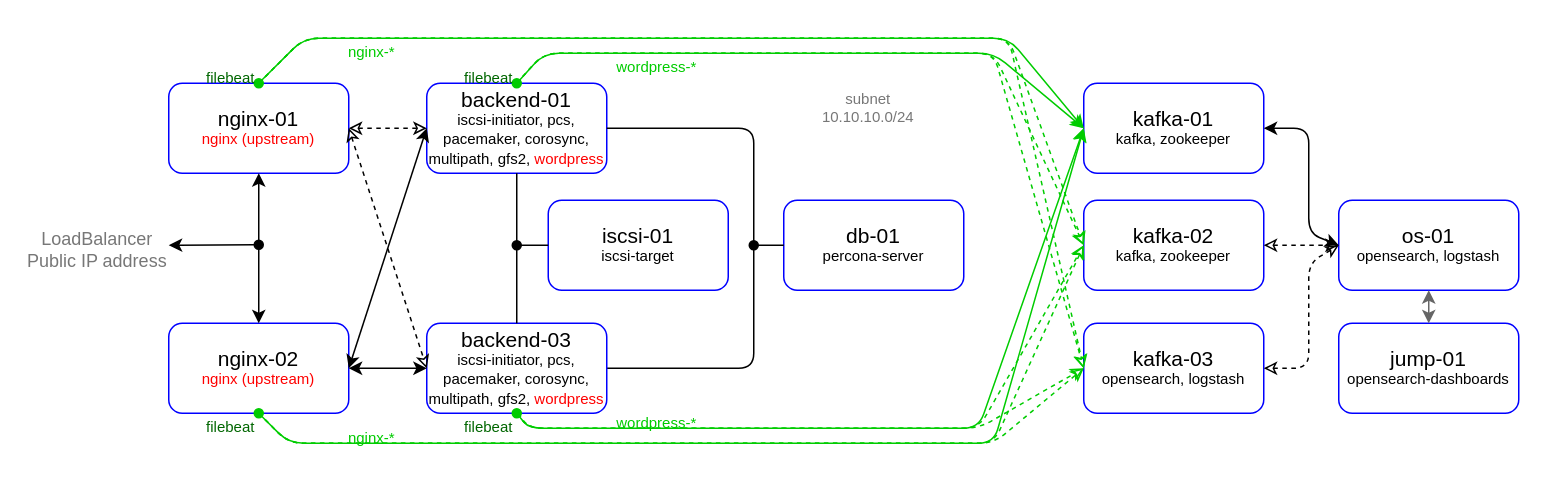
This is pics/infra.drawio from SergSha/lab-09, a draw.io file, before an edit. Source tidied: cells renumbered, new cells numbered last; positions are measured from the earlier drawing's top-left corner, leaving out a move shared by most shapes. Both pictures are drawn from the tidied source at 150%, with x=0, y=0 at pixel (96, 38).
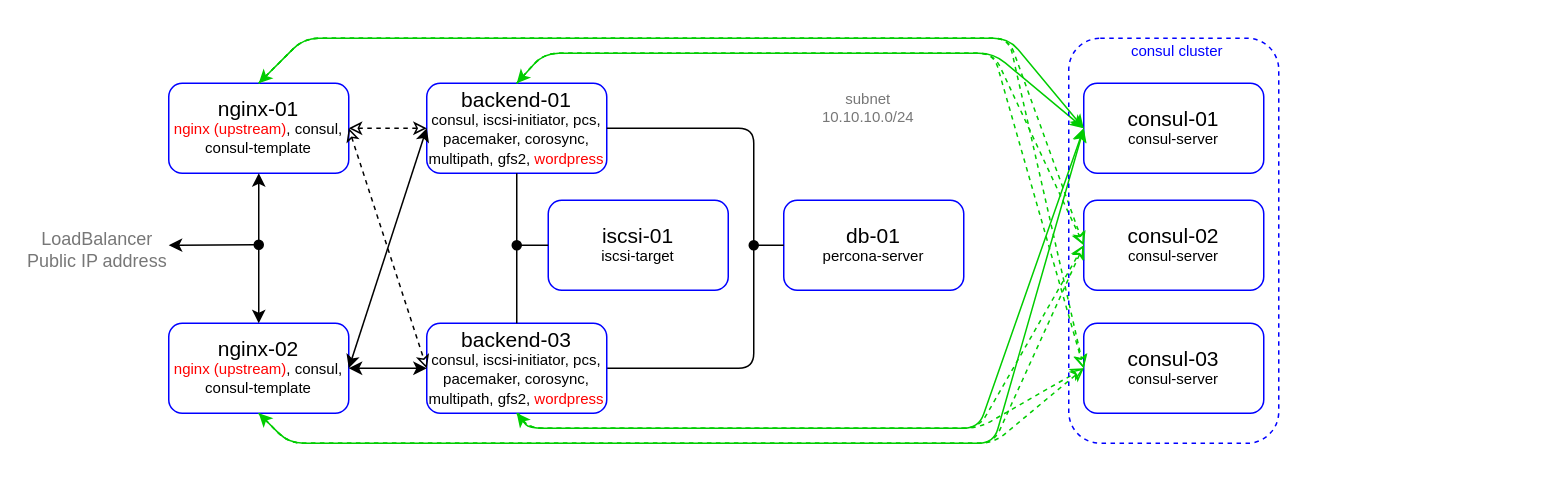
Above is the later version.

The edit, as a diff of the source:
```diff
@@
-    <mxCell id="3" value="&lt;p style=&quot;line-height: 100%&quot;&gt;&lt;span style=&quot;font-size: 14px&quot;&gt;backend-01&lt;/span&gt;&lt;br&gt;&lt;span style=&quot;font-size: 10px&quot;&gt;iscsi-initiator, pcs, pacemaker, corosync, multipath, gfs2, &lt;font color=&quot;#ff0000&quot;&gt;wordpress&lt;/font&gt;&lt;/span&gt;&lt;br&gt;&lt;/p&gt;" style="rounded=1;whiteSpace=wrap;html=1;strokeColor=#0000FF;" parent="1" vertex="1">
+    <mxCell id="3" value="&lt;p style=&quot;line-height: 100%&quot;&gt;&lt;span style=&quot;font-size: 14px&quot;&gt;backend-01&lt;/span&gt;&lt;br&gt;&lt;span style=&quot;font-size: 10px&quot;&gt;consul, iscsi-initiator, pcs, pacemaker, corosync, multipath, gfs2, &lt;font color=&quot;#ff0000&quot;&gt;wordpress&lt;/font&gt;&lt;/span&gt;&lt;br&gt;&lt;/p&gt;" style="rounded=1;whiteSpace=wrap;html=1;strokeColor=#0000FF;" parent="1" vertex="1">
       <mxGeometry x="220" y="30" width="120" height="60" as="geometry" />
     </mxCell>
-    <mxCell id="4" value="&lt;p style=&quot;line-height: 100%&quot;&gt;&lt;span style=&quot;font-size: 14px&quot;&gt;nginx-01&lt;/span&gt;&lt;br&gt;&lt;span style=&quot;font-size: 10px&quot;&gt;&lt;font color=&quot;#ff0000&quot;&gt;nginx (upstream)&lt;/font&gt;&lt;/span&gt;&lt;br&gt;&lt;/p&gt;" style="rounded=1;whiteSpace=wrap;html=1;strokeColor=#0000FF;" parent="1" vertex="1">
+    <mxCell id="4" value="&lt;p style=&quot;line-height: 100%&quot;&gt;&lt;span style=&quot;font-size: 14px&quot;&gt;nginx-01&lt;/span&gt;&lt;br&gt;&lt;span style=&quot;font-size: 10px&quot;&gt;&lt;font color=&quot;#ff0000&quot;&gt;nginx (upstream)&lt;/font&gt;, consul, consul-template&lt;/span&gt;&lt;/p&gt;" style="rounded=1;whiteSpace=wrap;html=1;strokeColor=#0000FF;" parent="1" vertex="1">
       <mxGeometry x="48" y="30" width="120" height="60" as="geometry" />
     </mxCell>
@@
-    <mxCell id="8" value="&lt;p style=&quot;line-height: 100%&quot;&gt;&lt;span style=&quot;font-size: 14px&quot;&gt;backend-03&lt;/span&gt;&lt;br&gt;&lt;span style=&quot;font-size: 10px&quot;&gt;iscsi-initiator, pcs, pacemaker, corosync, multipath, gfs2, &lt;font color=&quot;#ff0000&quot;&gt;wordpress&lt;/font&gt;&lt;/span&gt;&lt;br&gt;&lt;/p&gt;" style="rounded=1;whiteSpace=wrap;html=1;strokeColor=#0000FF;" parent="1" vertex="1">
+    <mxCell id="8" value="&lt;p style=&quot;line-height: 100%&quot;&gt;&lt;span style=&quot;font-size: 14px&quot;&gt;backend-03&lt;/span&gt;&lt;br&gt;&lt;span style=&quot;font-size: 10px&quot;&gt;consul, iscsi-initiator, pcs, pacemaker, corosync, multipath, gfs2, &lt;font color=&quot;#ff0000&quot;&gt;wordpress&lt;/font&gt;&lt;/span&gt;&lt;br&gt;&lt;/p&gt;" style="rounded=1;whiteSpace=wrap;html=1;strokeColor=#0000FF;" parent="1" vertex="1">
       <mxGeometry x="220" y="190" width="120" height="60" as="geometry" />
     </mxCell>
@@
-    <mxCell id="10" value="&lt;p style=&quot;line-height: 100%&quot;&gt;&lt;span style=&quot;font-size: 14px&quot;&gt;nginx-02&lt;/span&gt;&lt;br&gt;&lt;span style=&quot;font-size: 10px&quot;&gt;&lt;font color=&quot;#ff0000&quot;&gt;nginx (upstream)&lt;/font&gt;&lt;/span&gt;&lt;br&gt;&lt;/p&gt;" style="rounded=1;whiteSpace=wrap;html=1;strokeColor=#0000FF;" parent="1" vertex="1">
+    <mxCell id="10" value="&lt;p style=&quot;line-height: 100%&quot;&gt;&lt;span style=&quot;font-size: 14px&quot;&gt;nginx-02&lt;/span&gt;&lt;br&gt;&lt;span style=&quot;font-size: 10px&quot;&gt;&lt;font color=&quot;#ff0000&quot;&gt;nginx (upstream)&lt;/font&gt;, consul, consul-template&lt;/span&gt;&lt;br&gt;&lt;/p&gt;" style="rounded=1;whiteSpace=wrap;html=1;strokeColor=#0000FF;" parent="1" vertex="1">
       <mxGeometry x="48" y="190" width="120" height="60" as="geometry" />
     </mxCell>
@@
-    <mxCell id="21" value="&lt;p style=&quot;line-height: 100%&quot;&gt;&lt;font&gt;&lt;span style=&quot;font-size: 14px&quot;&gt;kafka-02&lt;br&gt;&lt;/span&gt;&lt;/font&gt;&lt;span style=&quot;font-size: 10px&quot;&gt;kafka, zookeeper&lt;/span&gt;&lt;/p&gt;" style="rounded=1;whiteSpace=wrap;html=1;strokeColor=#0000FF;" parent="1" vertex="1">
+    <mxCell id="21" value="&lt;p style=&quot;line-height: 100%&quot;&gt;&lt;font&gt;&lt;span style=&quot;font-size: 14px&quot;&gt;consul-02&lt;br&gt;&lt;/span&gt;&lt;/font&gt;&lt;span style=&quot;font-size: 10px&quot;&gt;consul-server&lt;/span&gt;&lt;/p&gt;" style="rounded=1;whiteSpace=wrap;html=1;strokeColor=#0000FF;" parent="1" vertex="1">
       <mxGeometry x="658" y="108" width="120" height="60" as="geometry" />
     </mxCell>
-    <mxCell id="22" value="&lt;p style=&quot;line-height: 100%&quot;&gt;&lt;font&gt;&lt;span style=&quot;font-size: 14px&quot;&gt;kafka-01&lt;br&gt;&lt;/span&gt;&lt;/font&gt;&lt;span style=&quot;font-size: 10px&quot;&gt;kafka, zookeeper&lt;/span&gt;&lt;/p&gt;" style="rounded=1;whiteSpace=wrap;html=1;strokeColor=#0000FF;" parent="1" vertex="1">
+    <mxCell id="22" value="&lt;p style=&quot;line-height: 100%&quot;&gt;&lt;font&gt;&lt;span style=&quot;font-size: 14px&quot;&gt;consul-01&lt;br&gt;&lt;/span&gt;&lt;/font&gt;&lt;span style=&quot;font-size: 10px&quot;&gt;consul-server&lt;/span&gt;&lt;/p&gt;" style="rounded=1;whiteSpace=wrap;html=1;strokeColor=#0000FF;" parent="1" vertex="1">
       <mxGeometry x="658" y="30" width="120" height="60" as="geometry" />
     </mxCell>
-    <mxCell id="23" value="&lt;p style=&quot;line-height: 100%&quot;&gt;&lt;font&gt;&lt;span style=&quot;font-size: 14px&quot;&gt;kafka-03&lt;br&gt;&lt;/span&gt;&lt;/font&gt;&lt;span style=&quot;font-size: 10px&quot;&gt;opensearch, logstash&lt;/span&gt;&lt;/p&gt;" style="rounded=1;whiteSpace=wrap;html=1;strokeColor=#0000FF;" parent="1" vertex="1">
+    <mxCell id="23" value="&lt;p style=&quot;line-height: 100%&quot;&gt;&lt;font&gt;&lt;span style=&quot;font-size: 14px&quot;&gt;consul-03&lt;br&gt;&lt;/span&gt;&lt;/font&gt;&lt;span style=&quot;font-size: 10px;&quot;&gt;consul-server&lt;/span&gt;&lt;/p&gt;" style="rounded=1;whiteSpace=wrap;html=1;strokeColor=#0000FF;" parent="1" vertex="1">
       <mxGeometry x="658" y="190" width="120" height="60" as="geometry" />
     </mxCell>
-    <mxCell id="24" style="endArrow=classic;html=1;exitX=0.5;exitY=0;exitDx=0;exitDy=0;entryX=0;entryY=0.5;entryDx=0;entryDy=0;strokeColor=#00CC00;startArrow=oval;startFill=1;" parent="1" edge="1" source="4" target="22">
+    <mxCell id="24" style="endArrow=classic;html=1;exitX=0.5;exitY=0;exitDx=0;exitDy=0;entryX=0;entryY=0.5;entryDx=0;entryDy=0;strokeColor=#00CC00;startArrow=classic;startFill=1;" parent="1" edge="1" source="4" target="22">
       <mxGeometry relative="1" as="geometry">
         <Array as="points">
           <mxPoint x="138" />
           <mxPoint x="608" />
         </Array>
       </mxGeometry>
     </mxCell>
-    <mxCell id="25" style="endArrow=classic;html=1;exitX=0.5;exitY=1;exitDx=0;exitDy=0;entryX=0;entryY=0.5;entryDx=0;entryDy=0;strokeColor=#00CC00;startArrow=oval;startFill=1;" parent="1" edge="1" source="10" target="22">
+    <mxCell id="25" style="endArrow=classic;html=1;exitX=0.5;exitY=1;exitDx=0;exitDy=0;entryX=0;entryY=0.5;entryDx=0;entryDy=0;strokeColor=#00CC00;startArrow=classic;startFill=1;" parent="1" edge="1" source="10" target="22">
       <mxGeometry relative="1" as="geometry">
         <Array as="points">
           <mxPoint x="128" y="270" />
           <mxPoint x="598" y="270" />
         </Array>
       </mxGeometry>
     </mxCell>
-    <mxCell id="26" style="endArrow=classic;html=1;exitX=0.5;exitY=0;exitDx=0;exitDy=0;strokeColor=#00CC00;entryX=0;entryY=0.5;entryDx=0;entryDy=0;startArrow=oval;startFill=1;" parent="1" edge="1" source="3" target="22">
+    <mxCell id="26" style="endArrow=classic;html=1;exitX=0.5;exitY=0;exitDx=0;exitDy=0;strokeColor=#00CC00;entryX=0;entryY=0.5;entryDx=0;entryDy=0;startArrow=classic;startFill=1;" parent="1" edge="1" source="3" target="22">
       <mxGeometry relative="1" as="geometry">
         <Array as="points">
           <mxPoint x="298" y="10" />
           <mxPoint x="598" y="10" />
         </Array>
       </mxGeometry>
     </mxCell>
-    <mxCell id="27" style="endArrow=classic;html=1;exitX=0.5;exitY=1;exitDx=0;exitDy=0;strokeColor=#00CC00;entryX=0;entryY=0.5;entryDx=0;entryDy=0;startArrow=oval;startFill=1;" parent="1" edge="1" source="8" target="22">
+    <mxCell id="27" style="endArrow=classic;html=1;exitX=0.5;exitY=1;exitDx=0;exitDy=0;strokeColor=#00CC00;entryX=0;entryY=0.5;entryDx=0;entryDy=0;startArrow=classic;startFill=1;" parent="1" edge="1" source="8" target="22">
       <mxGeometry relative="1" as="geometry">
         <Array as="points">
           <mxPoint x="288" y="260" />
           <mxPoint x="588" y="260" />
         </Array>
       </mxGeometry>
     </mxCell>
@@
-    <mxCell id="36" value="&lt;span style=&quot;font-size: 10px&quot;&gt;&lt;font color=&quot;#006600&quot;&gt;filebeat&lt;/font&gt;&lt;/span&gt;" style="edgeLabel;html=1;align=center;verticalAlign=middle;fontSize=8;fontColor=#777777;labelBackgroundColor=none;" parent="1" vertex="1">
-      <mxGeometry x="94" y="27" as="geometry">
-        <mxPoint x="-6" y="-2" as="offset" />
-      </mxGeometry>
-    </mxCell>
-    <mxCell id="37" value="&lt;span style=&quot;font-size: 10px&quot;&gt;&lt;font color=&quot;#006600&quot;&gt;filebeat&lt;/font&gt;&lt;/span&gt;" style="edgeLabel;html=1;align=center;verticalAlign=middle;fontSize=8;fontColor=#777777;labelBackgroundColor=none;" parent="1" vertex="1">
-      <mxGeometry x="266" y="27" as="geometry">
-        <mxPoint x="-6" y="-2" as="offset" />
-      </mxGeometry>
-    </mxCell>
-    <mxCell id="38" value="&lt;span style=&quot;font-size: 10px&quot;&gt;&lt;font color=&quot;#006600&quot;&gt;filebeat&lt;/font&gt;&lt;/span&gt;" style="edgeLabel;html=1;align=center;verticalAlign=middle;fontSize=8;fontColor=#777777;labelBackgroundColor=none;" parent="1" vertex="1">
-      <mxGeometry x="94" y="260" as="geometry">
-        <mxPoint x="-6" y="-2" as="offset" />
-      </mxGeometry>
-    </mxCell>
-    <mxCell id="39" value="&lt;span style=&quot;font-size: 10px&quot;&gt;&lt;font color=&quot;#006600&quot;&gt;filebeat&lt;/font&gt;&lt;/span&gt;" style="edgeLabel;html=1;align=center;verticalAlign=middle;fontSize=8;fontColor=#777777;labelBackgroundColor=none;" parent="1" vertex="1">
-      <mxGeometry x="266" y="260" as="geometry">
-        <mxPoint x="-6" y="-2" as="offset" />
-      </mxGeometry>
-    </mxCell>
-    <mxCell id="40" value="&lt;p style=&quot;line-height: 100%&quot;&gt;&lt;font&gt;&lt;span style=&quot;font-size: 14px&quot;&gt;os-01&lt;br&gt;&lt;/span&gt;&lt;/font&gt;&lt;span style=&quot;font-size: 10px&quot;&gt;opensearch, logstash&lt;/span&gt;&lt;/p&gt;" style="rounded=1;whiteSpace=wrap;html=1;strokeColor=#0000FF;" parent="1" vertex="1">
-      <mxGeometry x="828" y="108" width="120" height="60" as="geometry" />
-    </mxCell>
-    <mxCell id="41" style="endArrow=classic;startArrow=classic;html=1;exitX=1;exitY=0.5;exitDx=0;exitDy=0;entryX=0;entryY=0.5;entryDx=0;entryDy=0;" parent="1" edge="1" source="22" target="40">
-      <mxGeometry relative="1" as="geometry">
-        <Array as="points">
-          <mxPoint x="808" y="60" />
-          <mxPoint x="808" y="130" />
-        </Array>
-      </mxGeometry>
-    </mxCell>
-    <mxCell id="42" style="endArrow=classic;startArrow=classic;html=1;exitX=1;exitY=0.5;exitDx=0;exitDy=0;entryX=0;entryY=0.5;entryDx=0;entryDy=0;dashed=1;endFill=0;startFill=0;" parent="1" edge="1" source="21" target="40">
-      <mxGeometry relative="1" as="geometry" />
-    </mxCell>
-    <mxCell id="43" style="endArrow=classic;startArrow=classic;html=1;exitX=1;exitY=0.5;exitDx=0;exitDy=0;entryX=0;entryY=0.5;entryDx=0;entryDy=0;dashed=1;endFill=0;startFill=0;" parent="1" edge="1" source="23" target="40">
-      <mxGeometry relative="1" as="geometry">
-        <Array as="points">
-          <mxPoint x="808" y="220" />
-          <mxPoint x="808" y="150" />
-        </Array>
-      </mxGeometry>
-    </mxCell>
-    <mxCell id="44" value="&lt;p style=&quot;line-height: 100%&quot;&gt;&lt;font&gt;&lt;span style=&quot;font-size: 14px&quot;&gt;jump-01&lt;br&gt;&lt;/span&gt;&lt;/font&gt;&lt;span style=&quot;font-size: 10px&quot;&gt;opensearch-dashboards&lt;/span&gt;&lt;/p&gt;" style="rounded=1;whiteSpace=wrap;html=1;strokeColor=#0000FF;" parent="1" vertex="1">
-      <mxGeometry x="828" y="190" width="120" height="60" as="geometry" />
-    </mxCell>
-    <mxCell id="45" style="endArrow=classic;startArrow=classic;html=1;entryX=0.5;entryY=0;entryDx=0;entryDy=0;strokeColor=#666666;exitX=0.5;exitY=1;exitDx=0;exitDy=0;" parent="1" edge="1" source="40" target="44">
-      <mxGeometry relative="1" as="geometry" />
-    </mxCell>
-    <mxCell id="46" value="&lt;span style=&quot;font-size: 10px&quot;&gt;&lt;font color=&quot;#00cc00&quot;&gt;nginx-*&lt;/font&gt;&lt;/span&gt;" style="edgeLabel;html=1;align=center;verticalAlign=middle;fontSize=8;fontColor=#777777;labelBackgroundColor=none;" parent="1" vertex="1">
-      <mxGeometry x="188" y="10" as="geometry">
-        <mxPoint x="-6" y="-2" as="offset" />
-      </mxGeometry>
-    </mxCell>
-    <mxCell id="47" value="&lt;span style=&quot;font-size: 10px&quot;&gt;&lt;font color=&quot;#00cc00&quot;&gt;nginx-*&lt;/font&gt;&lt;/span&gt;" style="edgeLabel;html=1;align=center;verticalAlign=middle;fontSize=8;fontColor=#777777;labelBackgroundColor=none;" parent="1" vertex="1">
-      <mxGeometry x="188" y="267" as="geometry">
-        <mxPoint x="-6" y="-2" as="offset" />
-      </mxGeometry>
-    </mxCell>
-    <mxCell id="48" value="&lt;span style=&quot;font-size: 10px&quot;&gt;&lt;font color=&quot;#00cc00&quot;&gt;wordpress-*&lt;/font&gt;&lt;/span&gt;" style="edgeLabel;html=1;align=center;verticalAlign=middle;fontSize=8;fontColor=#777777;labelBackgroundColor=none;" parent="1" vertex="1">
-      <mxGeometry x="378" y="257" as="geometry">
-        <mxPoint x="-6" y="-2" as="offset" />
-      </mxGeometry>
-    </mxCell>
-    <mxCell id="49" value="&lt;span style=&quot;font-size: 10px&quot;&gt;&lt;font color=&quot;#00cc00&quot;&gt;wordpress-*&lt;/font&gt;&lt;/span&gt;" style="edgeLabel;html=1;align=center;verticalAlign=middle;fontSize=8;fontColor=#777777;labelBackgroundColor=none;" parent="1" vertex="1">
-      <mxGeometry x="378" y="20" as="geometry">
-        <mxPoint x="-6" y="-2" as="offset" />
-      </mxGeometry>
-    </mxCell>
+    <mxCell id="50" style="rounded=1;whiteSpace=wrap;html=1;strokeColor=#0000FF;dashed=1;fillColor=none;" parent="1" vertex="1">
+      <mxGeometry x="648" width="140" height="270" as="geometry" />
+    </mxCell>
+    <mxCell id="51" value="&lt;span style=&quot;font-size: 10px;&quot;&gt;&lt;font color=&quot;#0000ff&quot;&gt;consul cluster&lt;/font&gt;&lt;/span&gt;" style="edgeLabel;html=1;align=center;verticalAlign=middle;fontSize=8;fontColor=#777777;" parent="1" vertex="1">
+      <mxGeometry x="718" y="7" as="geometry">
+        <mxPoint x="1" as="offset" />
+      </mxGeometry>
+    </mxCell>
```
